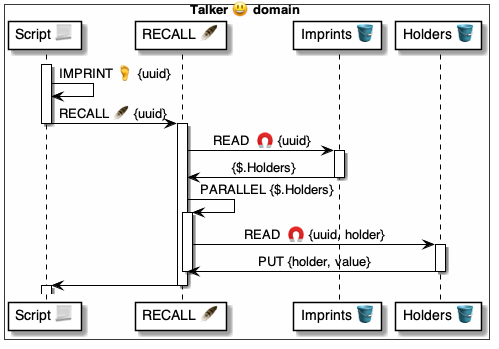
pollyweb-org/pollyweb-docs keeps this PlantUML diagram as 4 ⚙️ Solution/37 Scripts 📃/📃 Commands ⌘/⌘ for async/RECALL 🪶/🪶 RECALL ⚙️ uml.png. Above is the earlier version. Its source is kept beside it as 4 ⚙️ Solution/37 Scripts 📃/📃 Commands ⌘/⌘ for async/RECALL 🪶/🪶 RECALL ⚙️ uml.puml.
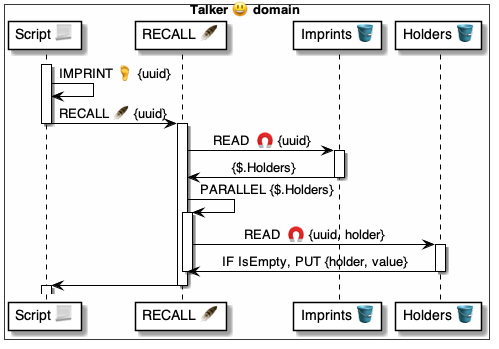
The same diagram one commit later.

Diff of the diagram source:
```diff
@@ -28,7 +28,7 @@
         recall -> holders: READ  🧲 {uuid, holder}
 
         activate holders
-            holders -> recall: PUT {holder, value}
+            holders -> recall: IF IsEmpty, PUT {holder, value}
         deactivate holders
 
     deactivate recall
```
